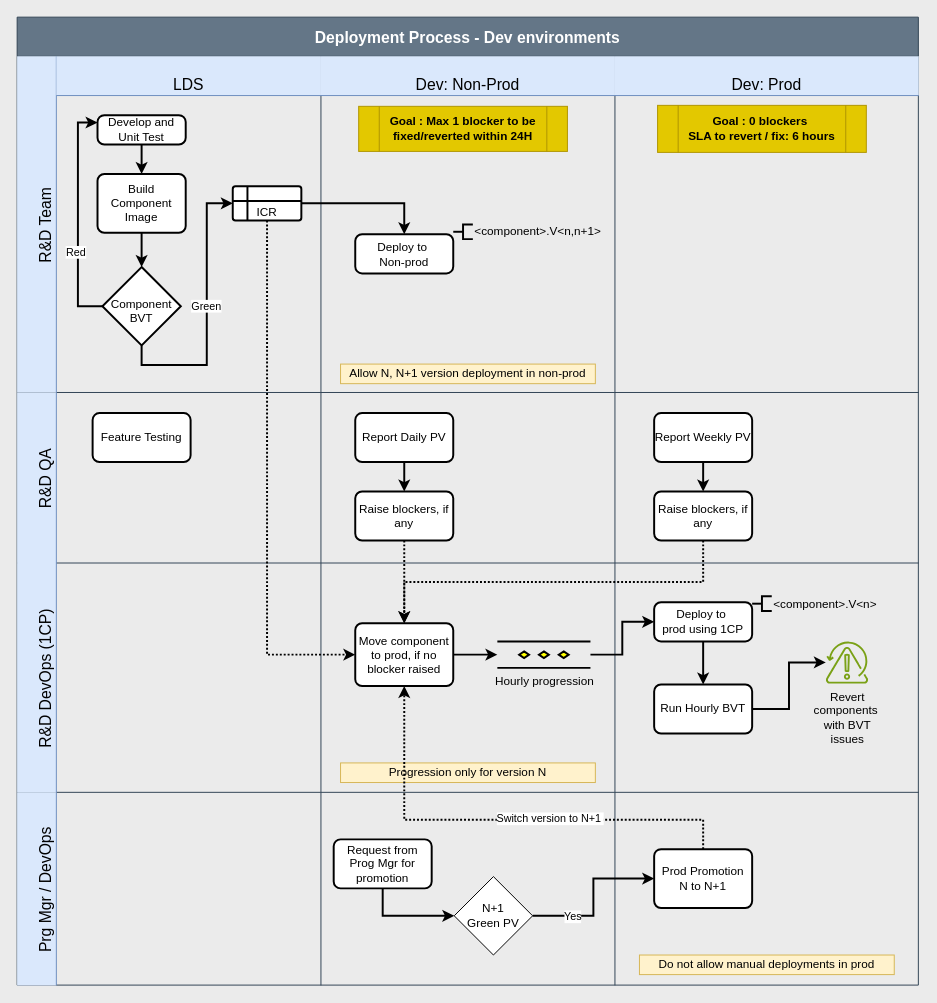
Earlier version of the draw.io diagram Release process.drawio (prasad-gsk-IBM/myibmrepo-prasad). Source tidied: cells renumbered, new cells numbered last; positions are measured from the earlier drawing's top-left corner, leaving out a move shared by most shapes. Both pictures are drawn from the tidied source at 98%, with x=0, y=0 at pixel (17, 17).
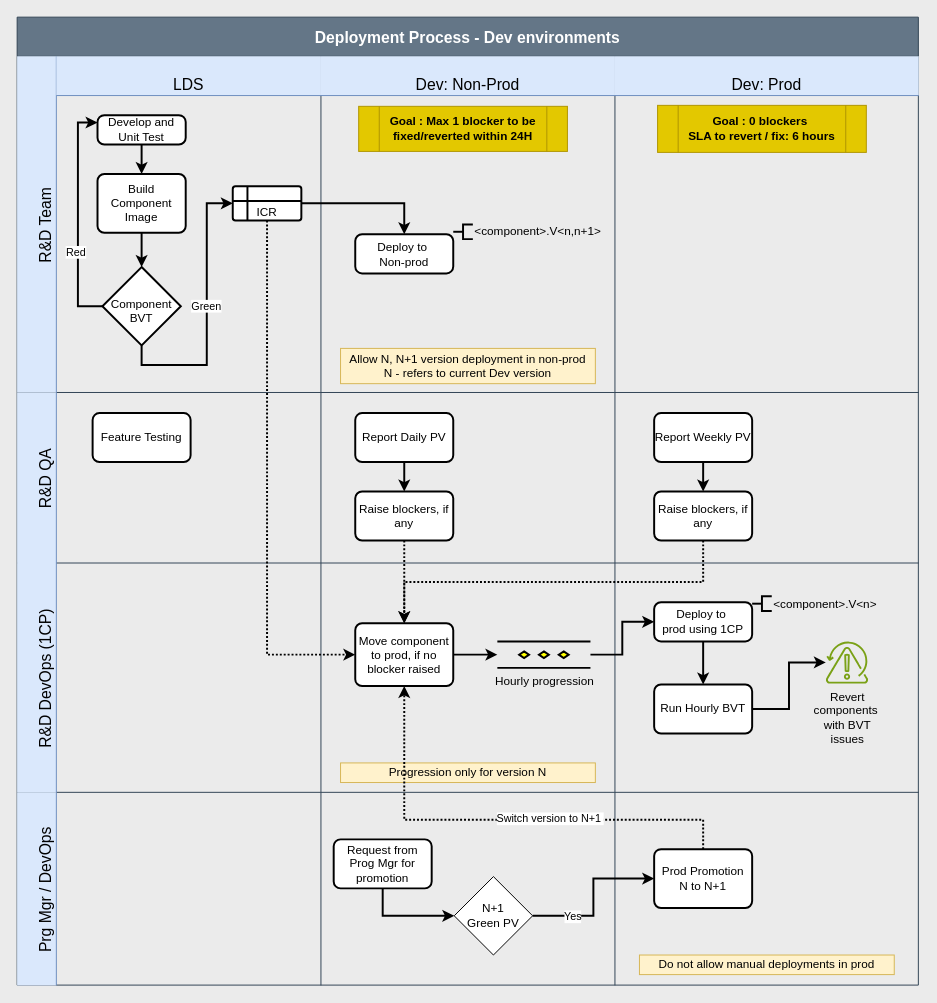
The same diagram, later.

The change refers to these unchanged cells:
```xml
<mxCell id="15" value="Dev: Non-Prod" style="swimlane;swimlaneHead=0;swimlaneBody=0;fontStyle=0;strokeColor=#6c8ebf;fillColor=#dae8fc;startSize=40;fontSize=16;verticalAlign=bottom;" parent="3" vertex="1">
  <mxGeometry x="310" width="300" height="343" as="geometry" />
</mxCell>
```

Change to the diagram source:
```diff
@@
-    <mxCell id="18" value="Allow N, N+1 version deployment in non-prod" style="html=1;whiteSpace=wrap;fillColor=#fff2cc;strokeColor=#d6b656;" parent="15" vertex="1">
-      <mxGeometry x="20" y="314" width="260" height="20" as="geometry" />
+    <mxCell id="18" value="Allow N, N+1 version deployment in non-prod&lt;div&gt;N - refers to current Dev version&lt;/div&gt;" style="html=1;whiteSpace=wrap;fillColor=#fff2cc;strokeColor=#d6b656;" parent="15" vertex="1">
+      <mxGeometry x="20" y="298" width="260" height="36" as="geometry" />
     </mxCell>
```
